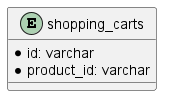
Earlier version of the PlantUML export 1-documentation/er-diagram/diagram/shopping-carts.png (sokimaaa/6CORE).
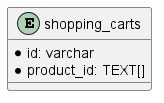
The same diagram one commit later.

Commit message:
[6CORE-041] Fixed table script and ER diagram after third code review - array structure

The edit, as a diff of the source:
```diff
@@ -2,7 +2,7 @@
 
 entity shopping_carts {
     * id: varchar
-    * product_id: varchar
+    * product_id: TEXT[]
 }
 
 @enduml
```
